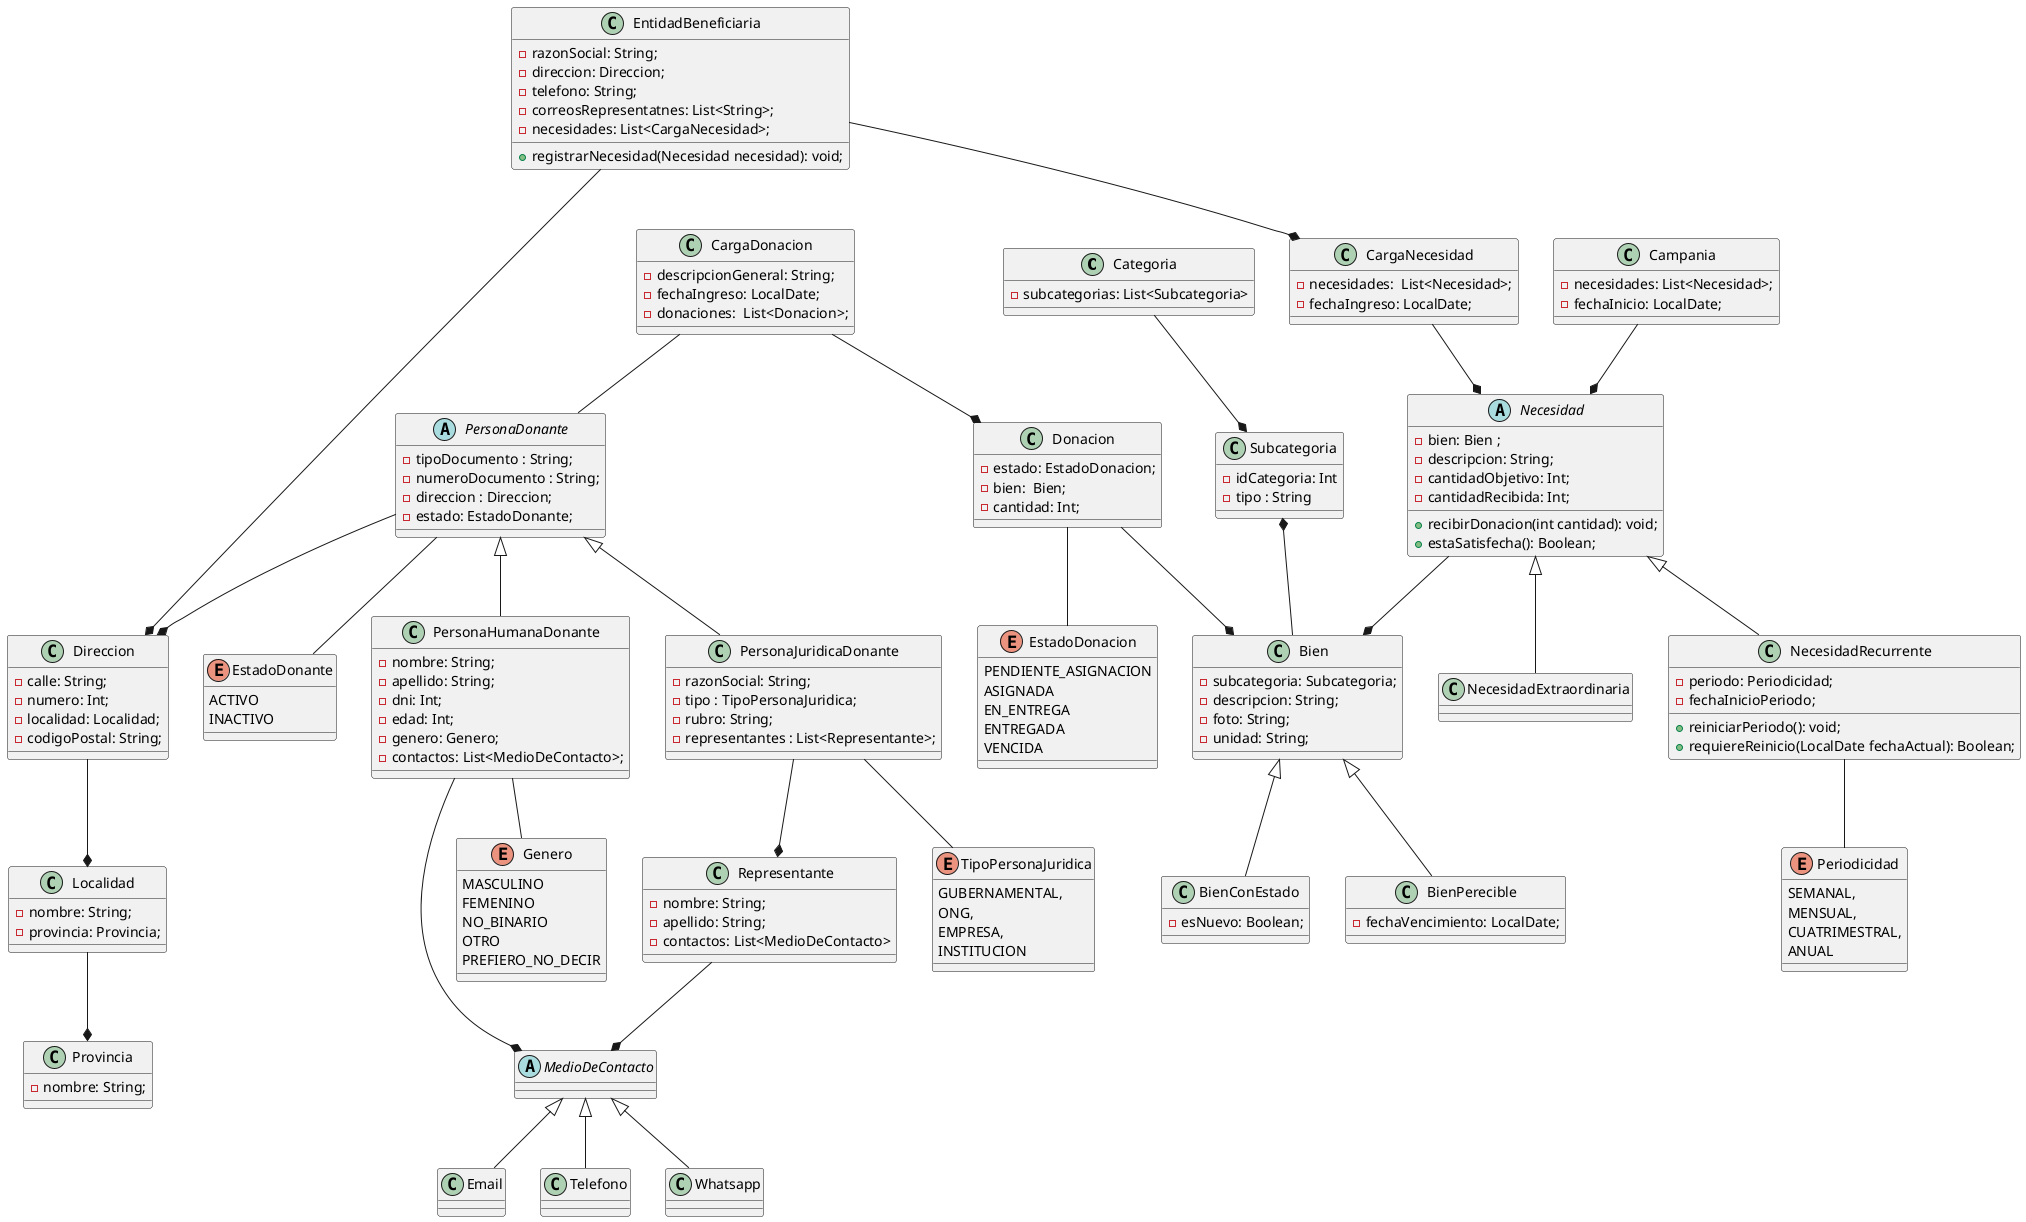
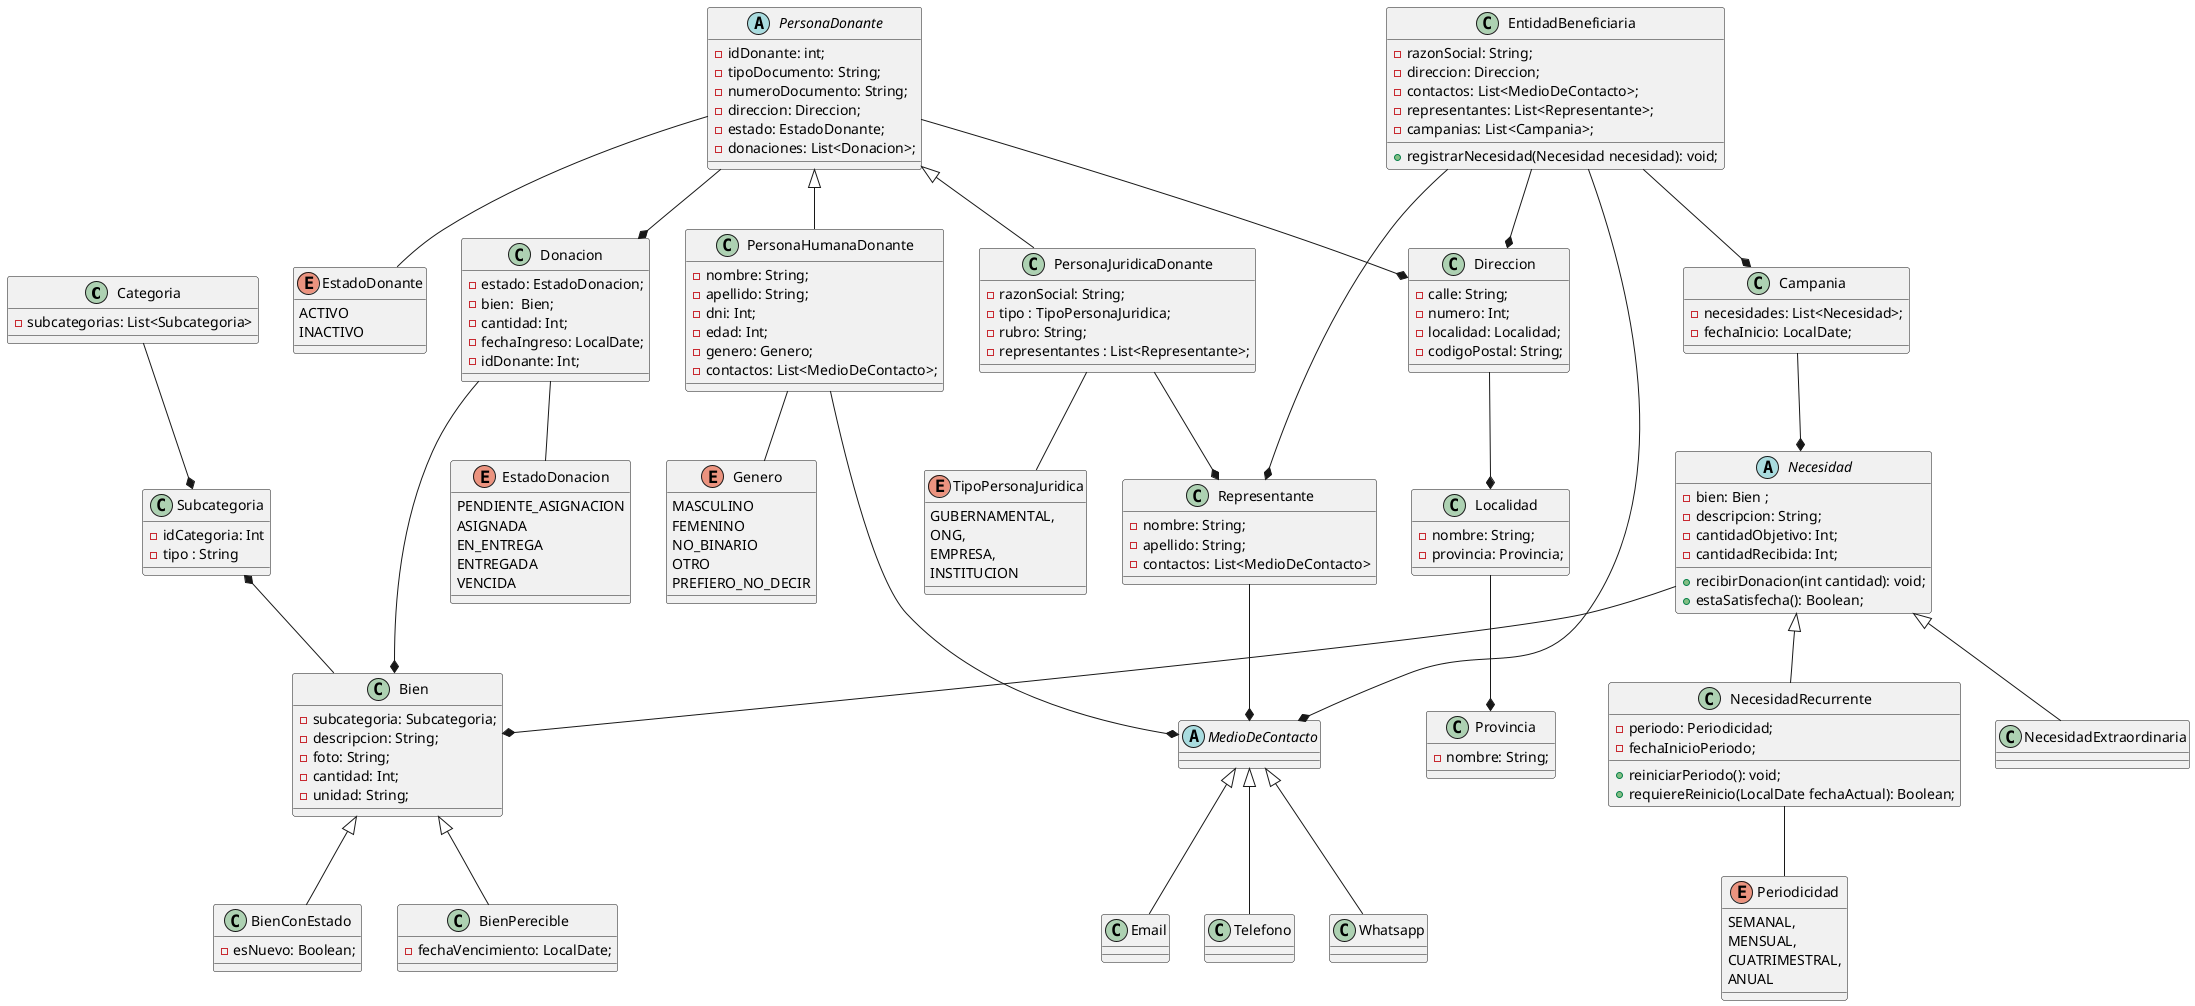
@startuml diagrama-De-Clases

class Categoria{
  - subcategorias: List<Subcategoria>
}

class Subcategoria{
  - idCategoria: Int
  - tipo : String
}

abstract class MedioDeContacto{

}

class Email{

}

class Telefono{

}

class Whatsapp{
}

class Bien{
    - subcategoria: Subcategoria;
    - descripcion: String;
    - foto: String;
+     - cantidad: Int;
    - unidad: String;
}

class BienConEstado{
    - esNuevo: Boolean;
}

class BienPerecible{
    - fechaVencimiento: LocalDate;
- }
- 
- class CargaDonacion{
-     - descripcionGeneral: String;
-     - fechaIngreso: LocalDate;
-     - donaciones:  List<Donacion>;
}

class Donacion{
    - estado: EstadoDonacion;
    - bien:  Bien;
    - cantidad: Int;
+     - fechaIngreso: LocalDate;
+     - idDonante: Int;
}

enum EstadoDonacion{
    PENDIENTE_ASIGNACION
    ASIGNADA
    EN_ENTREGA
    ENTREGADA
    VENCIDA
}

enum EstadoDonante{
    ACTIVO
    INACTIVO
}

enum Genero{
    MASCULINO
    FEMENINO
    NO_BINARIO
    OTRO
    PREFIERO_NO_DECIR
}

abstract class PersonaDonante{
-     - tipoDocumento : String;
-     - numeroDocumento : String;
-     - direccion : Direccion;
+     - idDonante: int;
+     - tipoDocumento: String;
+     - numeroDocumento: String;
+     - direccion: Direccion;
    - estado: EstadoDonante;
+     - donaciones: List<Donacion>;
}

class PersonaHumanaDonante{
    - nombre: String;
    - apellido: String;
    - dni: Int;
    - edad: Int;
    - genero: Genero;
    - contactos: List<MedioDeContacto>;
}

class PersonaJuridicaDonante{
    - razonSocial: String;
    - tipo : TipoPersonaJuridica;
    - rubro: String;
    - representantes : List<Representante>;
}

class Representante{
    - nombre: String;
    - apellido: String;
    - contactos: List<MedioDeContacto>
}

enum TipoPersonaJuridica {
    GUBERNAMENTAL,
    ONG,
    EMPRESA,
    INSTITUCION
}

class Direccion{
    - calle: String;
    - numero: Int;
    - localidad: Localidad;
    - codigoPostal: String;
}

class Localidad{
- nombre: String;
- provincia: Provincia;
}

class Provincia{
- nombre: String;
}

class EntidadBeneficiaria{
    - razonSocial: String;
    - direccion: Direccion;
-     - telefono: String;
-     - correosRepresentatnes: List<String>;
-     - necesidades: List<CargaNecesidad>;
+     - contactos: List<MedioDeContacto>;
+     - representantes: List<Representante>;
+     - campanias: List<Campania>;

    + registrarNecesidad(Necesidad necesidad): void;
}

abstract class Necesidad{
    - bien: Bien ;
    - descripcion: String;
    - cantidadObjetivo: Int;
    - cantidadRecibida: Int;

    + recibirDonacion(int cantidad): void;
    + estaSatisfecha(): Boolean;
}

- class CargaNecesidad{
-     - necesidades:  List<Necesidad>;
-     - fechaIngreso: LocalDate;
- }
- 
class NecesidadExtraordinaria{

}

class NecesidadRecurrente{
    - periodo: Periodicidad;
    - fechaInicioPeriodo;

    + reiniciarPeriodo(): void;
    + requiereReinicio(LocalDate fechaActual): Boolean;
}

enum Periodicidad{
    SEMANAL,
    MENSUAL,
    CUATRIMESTRAL,
    ANUAL
}

class Campania{
    - necesidades: List<Necesidad>;
    - fechaInicio: LocalDate;
}

Campania --* Necesidad


Bien <|-- BienConEstado
Bien <|-- BienPerecible


Donacion --* Bien
Donacion -- EstadoDonacion

- CargaDonacion --* Donacion
- CargaDonacion -- PersonaDonante
+ 

PersonaDonante <|-- PersonaHumanaDonante
PersonaDonante <|-- PersonaJuridicaDonante
+ PersonaDonante --* Donacion
PersonaHumanaDonante --* MedioDeContacto
PersonaDonante --* Direccion
PersonaDonante -- EstadoDonante

MedioDeContacto <|-- Email
MedioDeContacto <|-- Telefono
MedioDeContacto <|-- Whatsapp

Representante --* MedioDeContacto

Necesidad <|-- NecesidadExtraordinaria
Necesidad <|-- NecesidadRecurrente
Necesidad --* Bien

- CargaNecesidad --* Necesidad

NecesidadRecurrente -- Periodicidad

PersonaJuridicaDonante -- TipoPersonaJuridica
PersonaJuridicaDonante --* Representante

PersonaHumanaDonante -- Genero

- EntidadBeneficiaria --* CargaNecesidad
+ EntidadBeneficiaria --* Campania
EntidadBeneficiaria --* Direccion
+ EntidadBeneficiaria --* Representante
+ EntidadBeneficiaria --* MedioDeContacto

Direccion --* Localidad
Localidad --* Provincia

Categoria --* Subcategoria
Subcategoria *-- Bien

@enduml